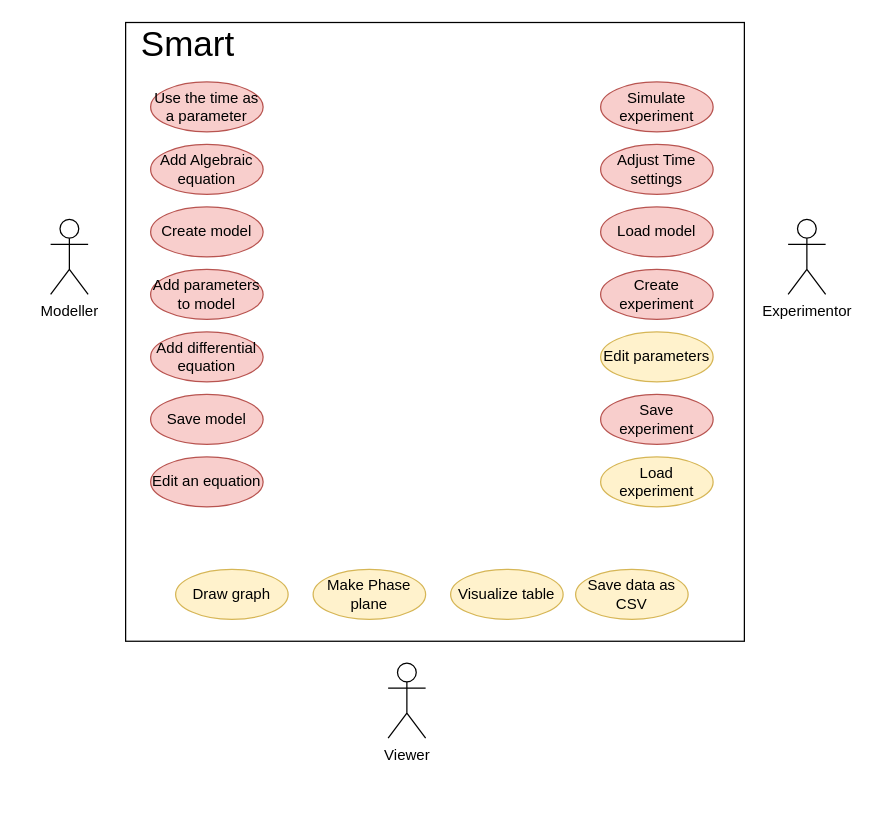
Earlier version of the draw.io diagram docs/SMART_usecasediagram.drawio (danielambrosius/SMARTV2). Source tidied: cells renumbered, new cells numbered last; positions are measured from the earlier drawing's top-left corner, leaving out a move shared by most shapes. Both pictures are drawn from the tidied source at 125%, with x=0, y=0 at pixel (50, 21).
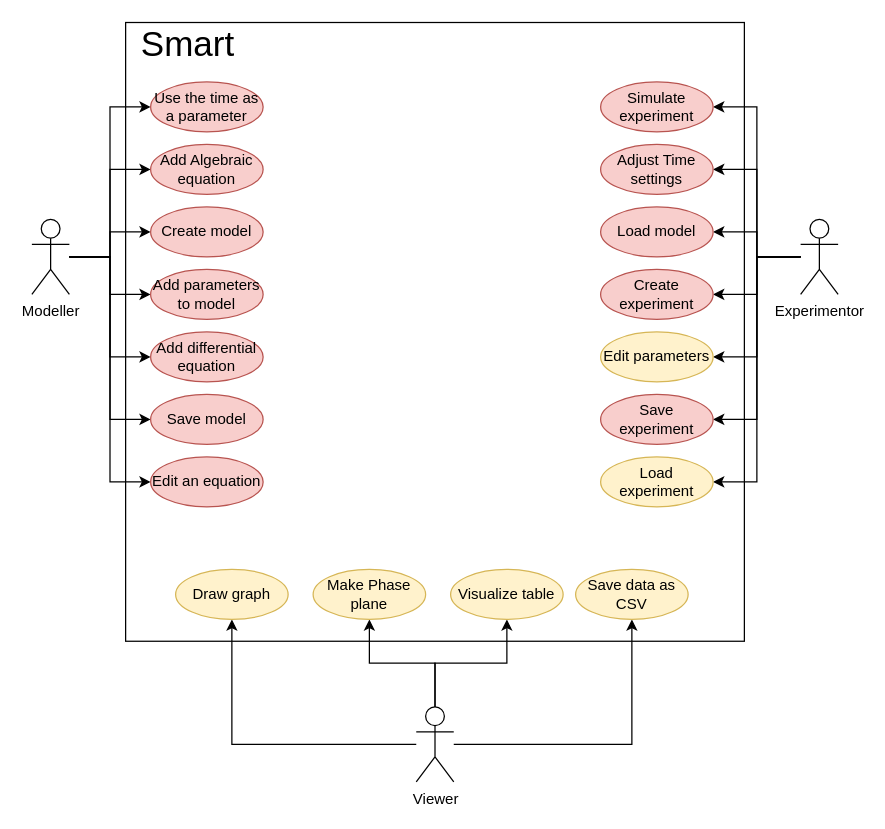
Above is the later version.

Commit message:
DS DM: Added arrows to use case diagram

Unchanged cells that the change refers to:
```xml
<mxCell id="7" value="Create model" style="ellipse;whiteSpace=wrap;html=1;fillColor=#f8cecc;strokeColor=#b85450;" parent="1" vertex="1">
  <mxGeometry x="80" y="148" width="90" height="40" as="geometry" />
</mxCell>
<mxCell id="8" value="Save model" style="ellipse;whiteSpace=wrap;html=1;fillColor=#f8cecc;strokeColor=#b85450;" parent="1" vertex="1">
  <mxGeometry x="80" y="298" width="90" height="40" as="geometry" />
</mxCell>
<mxCell id="9" value="Load model" style="ellipse;whiteSpace=wrap;html=1;fillColor=#f8cecc;strokeColor=#b85450;" parent="1" vertex="1">
  <mxGeometry x="440" y="148" width="90" height="40" as="geometry" />
</mxCell>
<mxCell id="10" value="Create experiment" style="ellipse;whiteSpace=wrap;html=1;fillColor=#f8cecc;strokeColor=#b85450;" parent="1" vertex="1">
  <mxGeometry x="440" y="198" width="90" height="40" as="geometry" />
</mxCell>
<mxCell id="11" value="Edit parameters" style="ellipse;whiteSpace=wrap;html=1;fillColor=#fff2cc;strokeColor=#d6b656;" parent="1" vertex="1">
  <mxGeometry x="440" y="248" width="90" height="40" as="geometry" />
</mxCell>
<mxCell id="12" value="Add parameters to model" style="ellipse;whiteSpace=wrap;html=1;fillColor=#f8cecc;strokeColor=#b85450;" parent="1" vertex="1">
  <mxGeometry x="80" y="198" width="90" height="40" as="geometry" />
</mxCell>
<mxCell id="13" value="Add differential equation" style="ellipse;whiteSpace=wrap;html=1;fillColor=#f8cecc;strokeColor=#b85450;" parent="1" vertex="1">
  <mxGeometry x="80" y="248" width="90" height="40" as="geometry" />
</mxCell>
<mxCell id="14" value="Visualize table" style="ellipse;whiteSpace=wrap;html=1;fillColor=#fff2cc;strokeColor=#d6b656;" parent="1" vertex="1">
  <mxGeometry x="320" y="438" width="90" height="40" as="geometry" />
</mxCell>
<mxCell id="15" value="Load experiment" style="ellipse;whiteSpace=wrap;html=1;fillColor=#fff2cc;strokeColor=#d6b656;" parent="1" vertex="1">
  <mxGeometry x="440" y="348" width="90" height="40" as="geometry" />
</mxCell>
<mxCell id="16" value="Save experiment" style="ellipse;whiteSpace=wrap;html=1;fillColor=#f8cecc;strokeColor=#b85450;" parent="1" vertex="1">
  <mxGeometry x="440" y="298" width="90" height="40" as="geometry" />
</mxCell>
<mxCell id="17" value="Draw graph" style="ellipse;whiteSpace=wrap;html=1;fillColor=#fff2cc;strokeColor=#d6b656;" parent="1" vertex="1">
  <mxGeometry x="100" y="438" width="90" height="40" as="geometry" />
</mxCell>
<mxCell id="18" value="Add Algebraic equation" style="ellipse;whiteSpace=wrap;html=1;fillColor=#f8cecc;strokeColor=#b85450;" parent="1" vertex="1">
  <mxGeometry x="80" y="98" width="90" height="40" as="geometry" />
</mxCell>
<mxCell id="19" value="Make Phase plane" style="ellipse;whiteSpace=wrap;html=1;fillColor=#fff2cc;strokeColor=#d6b656;" parent="1" vertex="1">
  <mxGeometry x="210" y="438" width="90" height="40" as="geometry" />
</mxCell>
<mxCell id="20" value="Use the time as a parameter" style="ellipse;whiteSpace=wrap;html=1;fillColor=#f8cecc;strokeColor=#b85450;" parent="1" vertex="1">
  <mxGeometry x="80" y="48" width="90" height="40" as="geometry" />
</mxCell>
<mxCell id="21" value="Save data as CSV" style="ellipse;whiteSpace=wrap;html=1;fillColor=#fff2cc;strokeColor=#d6b656;" parent="1" vertex="1">
  <mxGeometry x="420" y="438" width="90" height="40" as="geometry" />
</mxCell>
<mxCell id="22" value="Adjust Time settings" style="ellipse;whiteSpace=wrap;html=1;fillColor=#f8cecc;strokeColor=#b85450;" parent="1" vertex="1">
  <mxGeometry x="440" y="98" width="90" height="40" as="geometry" />
</mxCell>
<mxCell id="23" value="Edit an equation" style="ellipse;whiteSpace=wrap;html=1;fillColor=#f8cecc;strokeColor=#b85450;" parent="1" vertex="1">
  <mxGeometry x="80" y="348" width="90" height="40" as="geometry" />
</mxCell>
<mxCell id="24" value="Simulate experiment" style="ellipse;whiteSpace=wrap;html=1;fillColor=#f8cecc;strokeColor=#b85450;" parent="1" vertex="1">
  <mxGeometry x="440" y="48" width="90" height="40" as="geometry" />
</mxCell>
```

The edit, as a diff of the source:
```diff
@@
+    <mxCell id="25" style="edgeStyle=orthogonalEdgeStyle;rounded=0;jettySize=auto;html=1;entryX=0;entryY=0.5;entryDx=0;entryDy=0;" parent="1" edge="1" source="3" target="20">
+      <mxGeometry relative="1" as="geometry" />
+    </mxCell>
+    <mxCell id="26" style="edgeStyle=orthogonalEdgeStyle;rounded=0;jettySize=auto;html=1;entryX=0;entryY=0.5;entryDx=0;entryDy=0;" parent="1" edge="1" source="3" target="18">
+      <mxGeometry relative="1" as="geometry" />
+    </mxCell>
+    <mxCell id="27" style="edgeStyle=orthogonalEdgeStyle;rounded=0;jettySize=auto;html=1;entryX=0;entryY=0.5;entryDx=0;entryDy=0;" parent="1" edge="1" source="3" target="7">
+      <mxGeometry relative="1" as="geometry" />
+    </mxCell>
+    <mxCell id="28" style="edgeStyle=orthogonalEdgeStyle;rounded=0;jettySize=auto;html=1;entryX=0;entryY=0.5;entryDx=0;entryDy=0;" parent="1" edge="1" source="3" target="12">
+      <mxGeometry relative="1" as="geometry" />
+    </mxCell>
+    <mxCell id="29" style="edgeStyle=orthogonalEdgeStyle;rounded=0;jettySize=auto;html=1;entryX=0;entryY=0.5;entryDx=0;entryDy=0;" parent="1" edge="1" source="3" target="13">
+      <mxGeometry relative="1" as="geometry" />
+    </mxCell>
+    <mxCell id="30" style="edgeStyle=orthogonalEdgeStyle;rounded=0;jettySize=auto;html=1;entryX=0;entryY=0.5;entryDx=0;entryDy=0;" parent="1" edge="1" source="3" target="8">
+      <mxGeometry relative="1" as="geometry" />
+    </mxCell>
+    <mxCell id="31" style="edgeStyle=orthogonalEdgeStyle;rounded=0;jettySize=auto;html=1;entryX=0;entryY=0.5;entryDx=0;entryDy=0;" parent="1" edge="1" source="3" target="23">
+      <mxGeometry relative="1" as="geometry" />
+    </mxCell>
     <mxCell id="3" value="Modeller" style="shape=umlActor;verticalLabelPosition=bottom;labelBackgroundColor=#ffffff;verticalAlign=top;html=1;" parent="1" vertex="1">
-      <mxGeometry y="158" width="30" height="60" as="geometry" />
+      <mxGeometry x="-15" y="158" width="30" height="60" as="geometry" />
     </mxCell>
+    <mxCell id="32" style="edgeStyle=orthogonalEdgeStyle;rounded=0;jettySize=auto;html=1;entryX=1;entryY=0.5;entryDx=0;entryDy=0;" parent="1" edge="1" source="4" target="24">
+      <mxGeometry relative="1" as="geometry" />
+    </mxCell>
+    <mxCell id="33" style="edgeStyle=orthogonalEdgeStyle;rounded=0;jettySize=auto;html=1;entryX=1;entryY=0.5;entryDx=0;entryDy=0;" parent="1" edge="1" source="4" target="22">
+      <mxGeometry relative="1" as="geometry" />
+    </mxCell>
+    <mxCell id="34" style="edgeStyle=orthogonalEdgeStyle;rounded=0;jettySize=auto;html=1;entryX=1;entryY=0.5;entryDx=0;entryDy=0;" parent="1" edge="1" source="4" target="9">
+      <mxGeometry relative="1" as="geometry" />
+    </mxCell>
+    <mxCell id="35" style="edgeStyle=orthogonalEdgeStyle;rounded=0;jettySize=auto;html=1;entryX=1;entryY=0.5;entryDx=0;entryDy=0;" parent="1" edge="1" source="4" target="10">
+      <mxGeometry relative="1" as="geometry" />
+    </mxCell>
+    <mxCell id="36" style="edgeStyle=orthogonalEdgeStyle;rounded=0;jettySize=auto;html=1;entryX=1;entryY=0.5;entryDx=0;entryDy=0;" parent="1" edge="1" source="4" target="11">
+      <mxGeometry relative="1" as="geometry" />
+    </mxCell>
+    <mxCell id="37" style="edgeStyle=orthogonalEdgeStyle;rounded=0;jettySize=auto;html=1;entryX=1;entryY=0.5;entryDx=0;entryDy=0;" parent="1" edge="1" source="4" target="16">
+      <mxGeometry relative="1" as="geometry" />
+    </mxCell>
+    <mxCell id="38" style="edgeStyle=orthogonalEdgeStyle;rounded=0;jettySize=auto;html=1;entryX=1;entryY=0.5;entryDx=0;entryDy=0;" parent="1" edge="1" source="4" target="15">
+      <mxGeometry relative="1" as="geometry" />
+    </mxCell>
     <mxCell id="4" value="Experimentor" style="shape=umlActor;verticalLabelPosition=bottom;labelBackgroundColor=#ffffff;verticalAlign=top;html=1;" parent="1" vertex="1">
-      <mxGeometry x="590" y="158" width="30" height="60" as="geometry" />
+      <mxGeometry x="600" y="158" width="30" height="60" as="geometry" />
     </mxCell>
+    <mxCell id="39" style="edgeStyle=orthogonalEdgeStyle;rounded=0;jettySize=auto;html=1;entryX=0.5;entryY=1;entryDx=0;entryDy=0;" parent="1" edge="1" source="5" target="17">
+      <mxGeometry relative="1" as="geometry" />
+    </mxCell>
+    <mxCell id="40" style="edgeStyle=orthogonalEdgeStyle;rounded=0;jettySize=auto;html=1;entryX=0.5;entryY=1;entryDx=0;entryDy=0;" parent="1" edge="1" source="5" target="19">
+      <mxGeometry relative="1" as="geometry" />
+    </mxCell>
+    <mxCell id="41" style="edgeStyle=orthogonalEdgeStyle;rounded=0;jettySize=auto;html=1;entryX=0.5;entryY=1;entryDx=0;entryDy=0;" parent="1" edge="1" source="5" target="14">
+      <mxGeometry relative="1" as="geometry" />
+    </mxCell>
+    <mxCell id="42" style="edgeStyle=orthogonalEdgeStyle;rounded=0;jettySize=auto;html=1;entryX=0.5;entryY=1;entryDx=0;entryDy=0;" parent="1" edge="1" source="5" target="21">
+      <mxGeometry relative="1" as="geometry" />
+    </mxCell>
     <mxCell id="5" value="Viewer" style="shape=umlActor;verticalLabelPosition=bottom;labelBackgroundColor=#ffffff;verticalAlign=top;html=1;" parent="1" vertex="1">
-      <mxGeometry x="270" y="513" width="30" height="60" as="geometry" />
+      <mxGeometry x="292.5" y="548" width="30" height="60" as="geometry" />
     </mxCell>
```
